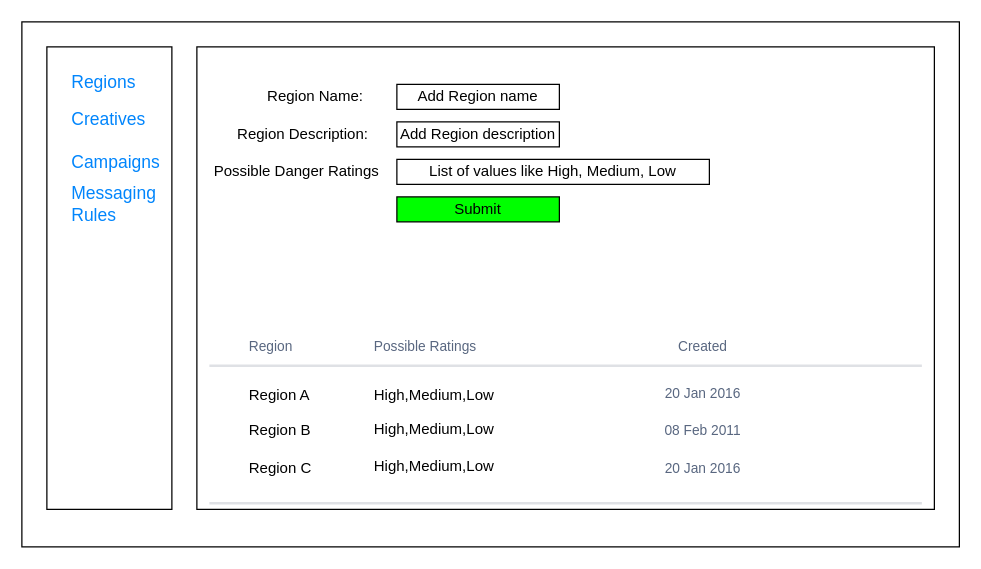
Above: page "Region-SetUp" (5 of 11) of ttd-sa-exercise.drawio in coolsharepoint/Test (draw.io), before the change. Source tidied: cells renumbered, new cells numbered last; positions are measured from the earlier drawing's top-left corner, leaving out a move shared by most shapes. Both pictures are drawn from the tidied source at 125%, with x=0, y=0 at pixel (21, 21).
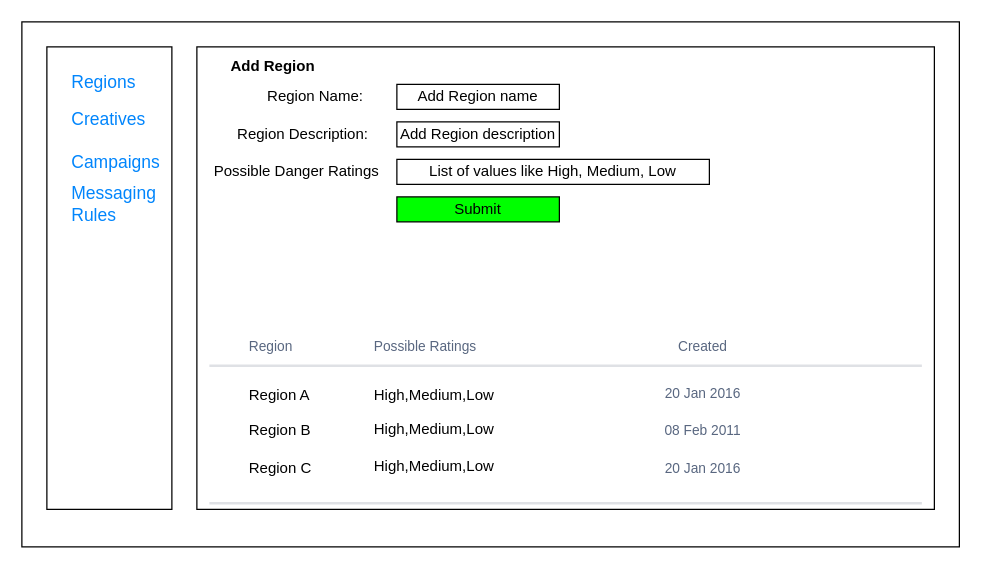
After the change.

The edit, as a diff of the source:
```diff
@@
+    <mxCell id="30" value="&lt;b&gt;Add Region&lt;/b&gt;" style="text;html=1;strokeColor=none;fillColor=none;align=center;verticalAlign=middle;whiteSpace=wrap;rounded=0;" parent="1" vertex="1">
+      <mxGeometry x="146" y="16" width="110" height="40" as="geometry" />
+    </mxCell>
```
